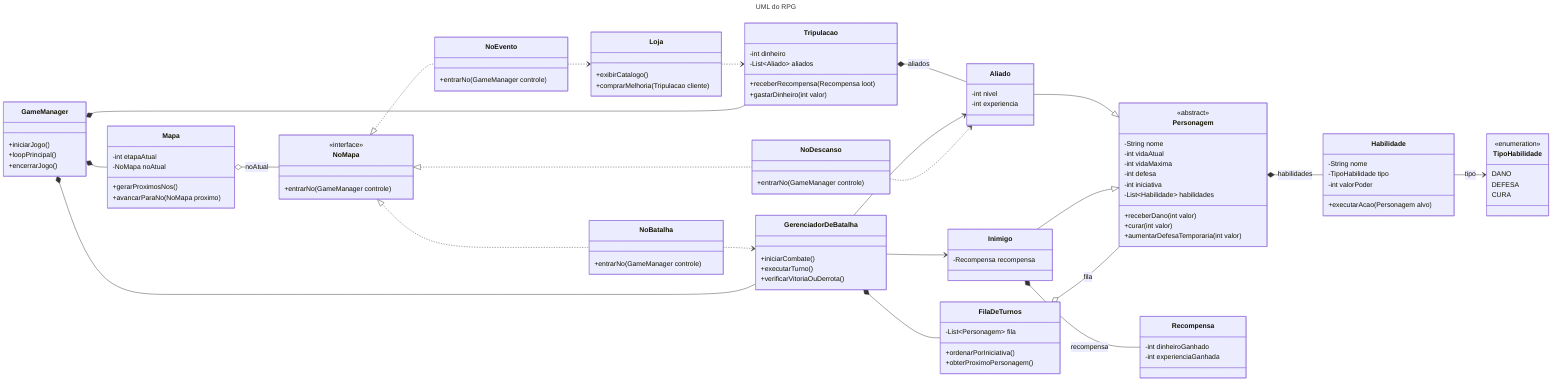
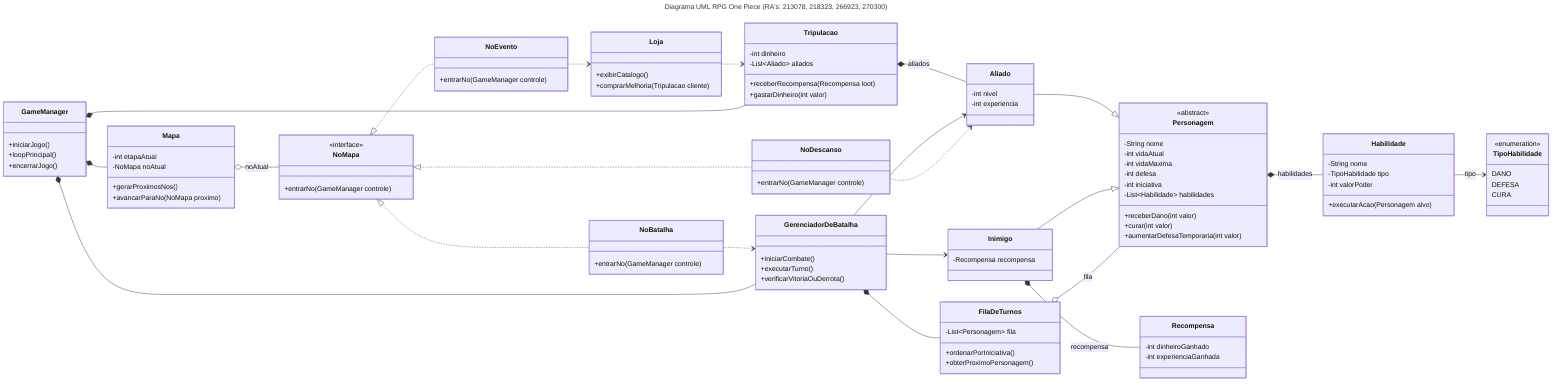
---
- title: UML do RPG
+ title: "Diagrama UML RPG One Piece (RA's: 213078, 218323, 266923, 270300)"
---
classDiagram
    direction LR

    class TipoHabilidade <<enumeration>> {
        DANO
        DEFESA
        CURA
    }

    class Habilidade {
        -String nome
        -TipoHabilidade tipo
        -int valorPoder
        +executarAcao(Personagem alvo)
    }

    class Personagem <<abstract>> {
        -String nome
        -int vidaAtual
        -int vidaMaxima
        -int defesa
        -int iniciativa
        -List~Habilidade~ habilidades
        +receberDano(int valor)
        +curar(int valor)
        +aumentarDefesaTemporaria(int valor)
    }

    class Aliado {
        -int nivel
        -int experiencia
    }

    class Inimigo {
        -Recompensa recompensa
    }

    class Recompensa {
        -int dinheiroGanhado
        -int experienciaGanhada
    }

    class Loja {
        +exibirCatalogo()
        +comprarMelhoria(Tripulacao cliente)
    }

    class Mapa {
        -int etapaAtual
        -NoMapa noAtual
        +gerarProximosNos()
        +avancarParaNo(NoMapa proximo)
    }

    class NoMapa <<interface>> {
        +entrarNo(GameManager controle)
    }

    class NoBatalha {
        +entrarNo(GameManager controle)
    }

    class NoEvento {
        +entrarNo(GameManager controle)
    }

    class NoDescanso {
        +entrarNo(GameManager controle)
    }

    class Tripulacao {
        -int dinheiro
        -List~Aliado~ aliados
        +receberRecompensa(Recompensa loot)
        +gastarDinheiro(int valor)
    }

    class FilaDeTurnos {
        -List~Personagem~ fila
        +ordenarPorIniciativa()
        +obterProximoPersonagem()
    }

    class GerenciadorDeBatalha {
        +iniciarCombate()
        +executarTurno()
        +verificarVitoriaOuDerrota()
    }

    class GameManager {
        +iniciarJogo()
        +loopPrincipal()
        +encerrarJogo()
    }

    Personagem *-- Habilidade : habilidades
    Habilidade --> TipoHabilidade : tipo
    Aliado --|> Personagem
    Inimigo --|> Personagem
    Inimigo *-- Recompensa : recompensa
    Tripulacao *-- Aliado : aliados
    FilaDeTurnos o-- Personagem : fila
    GerenciadorDeBatalha *-- FilaDeTurnos
    GerenciadorDeBatalha --> Aliado
    GerenciadorDeBatalha --> Inimigo
    Mapa o-- NoMapa : noAtual
    NoMapa <|.. NoBatalha
    NoMapa <|.. NoEvento
    NoMapa <|.. NoDescanso
    NoBatalha ..> GerenciadorDeBatalha
    NoEvento ..> Loja
    NoDescanso ..> Aliado
    Loja ..> Tripulacao
    GameManager *-- Mapa
    GameManager *-- Tripulacao
    GameManager *-- GerenciadorDeBatalha
